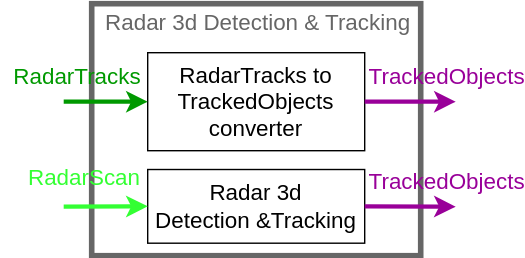
This is perception/figure/radar_detection_tracking.drawio.svg from scepter914/autoware-architecture-proposal, a draw.io export, as it was before one commit. Source tidied: cells renumbered, new cells last; positions are measured from the earlier drawing's top-left corner, leaving out a move shared by most shapes.
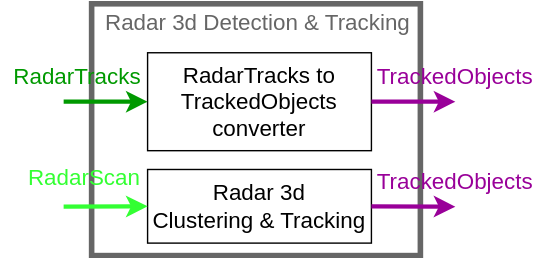
After the commit.

Commit message:
update radar detection figure

Diff of the diagram source:
```diff
@@ -5,11 +5,11 @@
     <mxCell id="2" style="rounded=0;whiteSpace=wrap;html=1;fontSize=16;fontColor=#007FFF;strokeColor=#666666;strokeWidth=4;fillColor=none;" parent="1" vertex="1">
       <mxGeometry x="65" width="235" height="180" as="geometry" />
     </mxCell>
-    <mxCell id="3" value="&lt;font style=&quot;font-size: 16px&quot;&gt;Radar 3d&lt;br&gt;Detection &amp;amp;Tracking&lt;br&gt;&lt;/font&gt;" style="rounded=0;whiteSpace=wrap;html=1;" parent="1" vertex="1">
-      <mxGeometry x="105" y="118.4" width="155" height="52.6" as="geometry" />
+    <mxCell id="3" value="&lt;font style=&quot;font-size: 16px&quot;&gt;Radar 3d&lt;br&gt;Clustering &amp;amp; Tracking&lt;br&gt;&lt;/font&gt;" style="rounded=0;whiteSpace=wrap;html=1;" parent="1" vertex="1">
+      <mxGeometry x="105" y="118.4" width="160" height="52.6" as="geometry" />
     </mxCell>
     <mxCell id="4" value="&lt;font style=&quot;font-size: 16px&quot;&gt;&lt;font color=&quot;#990099&quot;&gt;TrackedObjects&lt;/font&gt;&lt;br&gt;&lt;/font&gt;" style="text;html=1;strokeColor=none;fillColor=none;align=center;verticalAlign=middle;whiteSpace=wrap;rounded=0;fontSize=15;" parent="1" vertex="1">
-      <mxGeometry x="283.8" y="118.4" width="70" height="18" as="geometry" />
+      <mxGeometry x="290" y="118.4" width="70" height="18" as="geometry" />
     </mxCell>
     <mxCell id="5" style="endArrow=classic;html=1;exitX=1;exitY=0.5;exitDx=0;exitDy=0;strokeWidth=3;strokeColor=#990099;" parent="1" edge="1" source="3">
       <mxGeometry relative="1" as="geometry">
@@ -28,7 +28,7 @@
       </mxGeometry>
     </mxCell>
     <mxCell id="9" value="&lt;font style=&quot;font-size: 16px&quot;&gt;RadarTracks to TrackedObjects converter&lt;br&gt;&lt;/font&gt;" style="rounded=0;whiteSpace=wrap;html=1;" parent="1" vertex="1">
-      <mxGeometry x="105" y="35" width="155" height="70" as="geometry" />
+      <mxGeometry x="105" y="35" width="160" height="70" as="geometry" />
     </mxCell>
     <mxCell id="10" value="&lt;font style=&quot;font-size: 16px&quot;&gt;&lt;font style=&quot;font-size: 16px&quot; color=&quot;#009900&quot;&gt;RadarTracks&lt;/font&gt;&lt;br&gt;&lt;/font&gt;" style="text;html=1;strokeColor=none;fillColor=none;align=center;verticalAlign=middle;whiteSpace=wrap;rounded=0;fontSize=15;" parent="1" vertex="1">
       <mxGeometry y="43.2" width="110" height="18" as="geometry" />
@@ -44,7 +44,7 @@
       </mxGeometry>
     </mxCell>
     <mxCell id="13" value="&lt;font style=&quot;font-size: 16px&quot;&gt;&lt;font color=&quot;#990099&quot;&gt;TrackedObjects&lt;/font&gt;&lt;br&gt;&lt;/font&gt;" style="text;html=1;strokeColor=none;fillColor=none;align=center;verticalAlign=middle;whiteSpace=wrap;rounded=0;fontSize=15;" parent="1" vertex="1">
-      <mxGeometry x="283.8" y="43.2" width="70" height="18" as="geometry" />
+      <mxGeometry x="290" y="43.2" width="70" height="18" as="geometry" />
     </mxCell>
   </root>
 </mxGraphModel>
```
